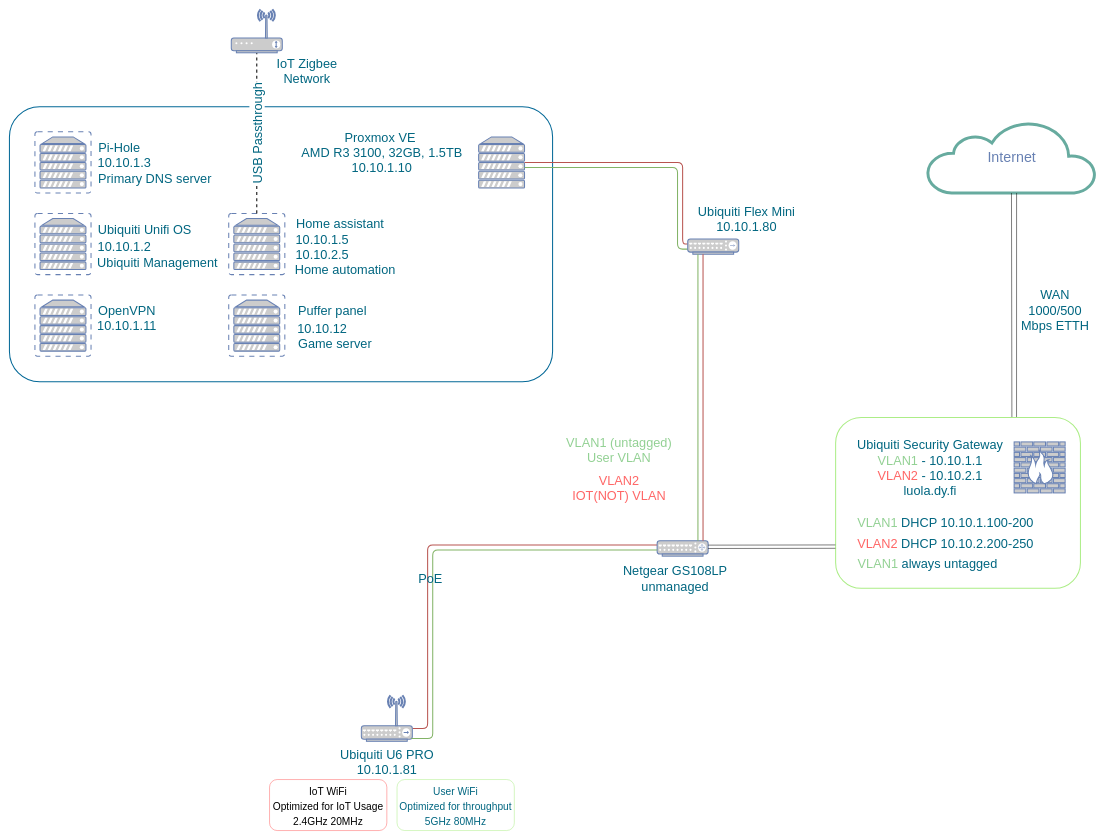
Earlier version of the draw.io diagram Drawio/network.drawio (Vili-B/HomeLab). Source tidied: cells renumbered, new cells numbered last; positions are measured from the earlier drawing's top-left corner, leaving out a move shared by most shapes. Both pictures are drawn from the tidied source at 51%, with x=0, y=0 at pixel (9, 9).
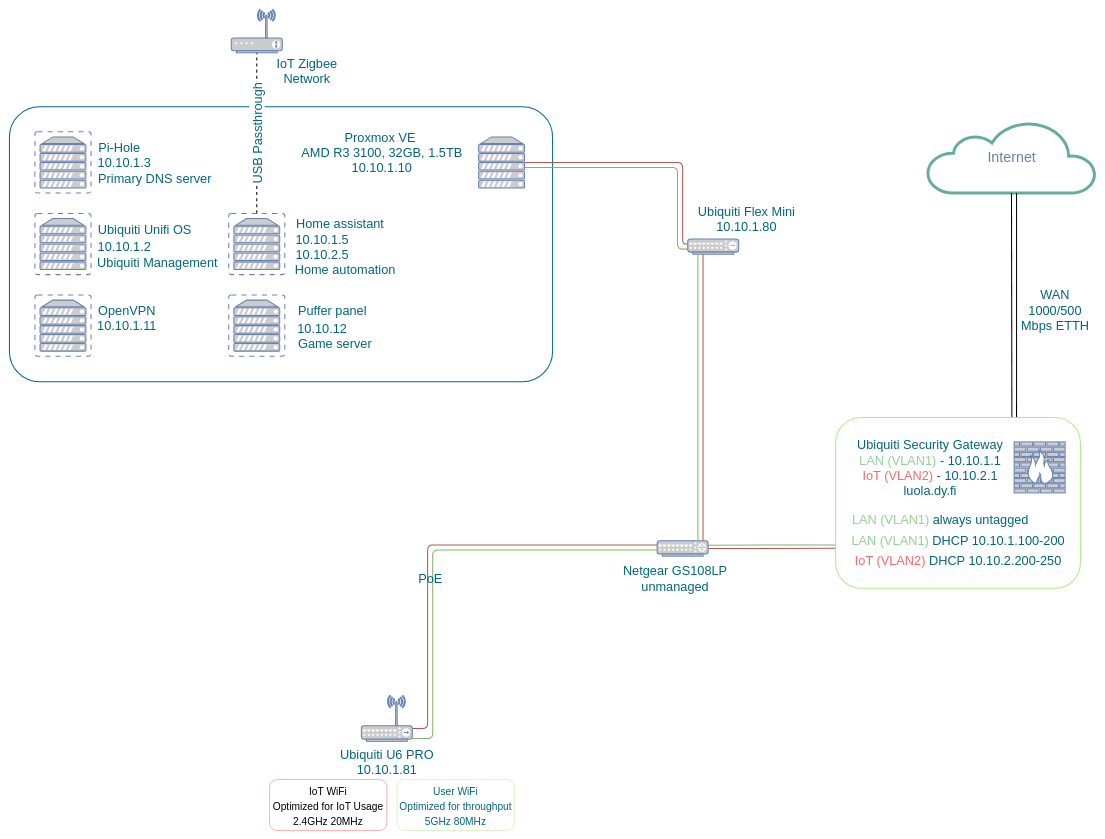
The same diagram, later.

Commit message (it also covers changes not shown here):
Updated network drawing

The change refers to these unchanged cells:
```xml
<mxCell id="4" style="fontColor=#0066CC;verticalAlign=top;verticalLabelPosition=bottom;labelPosition=center;align=center;html=1;fillColor=#CCCCCC;strokeColor=#6881B3;gradientColor=none;gradientDirection=north;strokeWidth=2;shape=mxgraph.networks.router;rounded=0;shadow=0;comic=0;" parent="1" vertex="1">
  <mxGeometry x="1270" y="1042" width="100" height="30" as="geometry" />
</mxCell>
<mxCell id="18" style="rounded=1;whiteSpace=wrap;html=1;strokeColor=#ACED87;fontSize=25;fontColor=#FF6666;strokeWidth=2;" parent="1" vertex="1">
  <mxGeometry x="1620" y="800" width="480" height="335" as="geometry" />
</mxCell>
<mxCell id="26" style="fontColor=#0066CC;verticalAlign=top;verticalLabelPosition=bottom;labelPosition=center;align=center;html=1;outlineConnect=0;fillColor=#CCCCCC;strokeColor=#6881B3;gradientColor=none;gradientDirection=north;strokeWidth=2;shape=mxgraph.networks.hub;fontSize=25;" parent="1" vertex="1">
  <mxGeometry x="1330" y="450" width="100" height="30" as="geometry" />
</mxCell>
```

Diff of the diagram source:
```diff
@@
-    <mxCell id="14" value="&lt;font color=&quot;#93d194&quot;&gt;VLAN1 (untagged)&lt;br&gt;User VLAN&lt;br&gt;&lt;/font&gt;" style="text;html=1;align=center;verticalAlign=middle;fontSize=25;" parent="1" vertex="1">
-      <mxGeometry x="1080" y="828" width="230" height="70" as="geometry" />
-    </mxCell>
-    <mxCell id="15" value="&lt;font color=&quot;#ff6666&quot;&gt;VLAN2&lt;br&gt;IOT(NOT) VLAN&lt;/font&gt;" style="text;html=1;align=center;verticalAlign=middle;strokeColor=none;fillColor=none;fontSize=25;fontColor=#93D194;" parent="1" vertex="1">
-      <mxGeometry x="1090" y="903" width="210" height="70" as="geometry" />
-    </mxCell>
-    <mxCell id="16" style="endArrow=none;html=1;rounded=0;fontSize=25;fontColor=#FF6666;exitX=0.72;exitY=0.003;exitDx=0;exitDy=0;exitPerimeter=0;" parent="1" edge="1" source="18">
+    <mxCell id="16" style="endArrow=none;html=1;rounded=0;fontSize=25;fontColor=#FF6666;exitX=0.72;exitY=0.003;exitDx=0;exitDy=0;exitPerimeter=0;strokeWidth=2;" parent="1" edge="1" source="18">
       <mxGeometry relative="1" as="geometry">
         <mxPoint x="1964.8" y="360" as="targetPoint" />
       </mxGeometry>
     </mxCell>
-    <mxCell id="17" style="endArrow=none;html=1;rounded=0;fontSize=25;fontColor=#FF6666;exitX=0.739;exitY=0.002;exitDx=0;exitDy=0;exitPerimeter=0;" parent="1" edge="1" source="18">
+    <mxCell id="17" style="endArrow=none;html=1;rounded=0;fontSize=25;fontColor=#FF6666;exitX=0.739;exitY=0.002;exitDx=0;exitDy=0;exitPerimeter=0;strokeWidth=2;" parent="1" edge="1" source="18">
       <mxGeometry relative="1" as="geometry">
         <mxPoint x="1974.8" y="360" as="targetPoint" />
       </mxGeometry>
     </mxCell>
@@
-    <mxCell id="20" value="&lt;font style=&quot;font-size: 25px;&quot;&gt;&lt;font color=&quot;#006680&quot;&gt;Ubiquiti Security Gateway&lt;/font&gt;&lt;br&gt;&lt;font color=&quot;#93d194&quot;&gt;VLAN1&lt;/font&gt;&lt;/font&gt;&lt;font color=&quot;#006680&quot; style=&quot;font-size: 25px;&quot;&gt; - 10.10.1.1&lt;br&gt;&lt;/font&gt;&lt;span style=&quot;color: rgb(255, 102, 102); font-size: 25px;&quot;&gt;VLAN2&lt;/span&gt;&lt;font color=&quot;#006680&quot; style=&quot;font-size: 25px;&quot;&gt;&amp;nbsp;- 10.10.2.1&lt;br&gt;luola.dy.fi&lt;br&gt;&lt;/font&gt;" style="text;html=1;align=center;verticalAlign=middle;strokeColor=none;fillColor=none;" parent="1" vertex="1">
+    <mxCell id="20" value="&lt;font style=&quot;font-size: 25px;&quot;&gt;&lt;font color=&quot;#006680&quot;&gt;Ubiquiti Security Gateway&lt;/font&gt;&lt;br&gt;&lt;font color=&quot;#93d194&quot;&gt;LAN (VLAN1)&lt;/font&gt;&lt;/font&gt;&lt;font color=&quot;#006680&quot; style=&quot;font-size: 25px;&quot;&gt; - 10.10.1.1&lt;br&gt;&lt;/font&gt;&lt;span style=&quot;color: rgb(255, 102, 102); font-size: 25px;&quot;&gt;IoT (VLAN2)&amp;nbsp;&lt;/span&gt;&lt;font color=&quot;#006680&quot; style=&quot;font-size: 25px;&quot;&gt;- 10.10.2.1&lt;br&gt;luola.dy.fi&lt;br&gt;&lt;/font&gt;" style="text;html=1;align=center;verticalAlign=middle;strokeColor=none;fillColor=none;" parent="1" vertex="1">
       <mxGeometry x="1650" y="833" width="310" height="130" as="geometry" />
     </mxCell>
-    <mxCell id="21" value="&lt;font color=&quot;#93d194&quot;&gt;VLAN1&lt;/font&gt;&lt;font color=&quot;#006680&quot;&gt; DHCP 10.10.1.100-200&lt;/font&gt;" style="text;html=1;align=center;verticalAlign=middle;strokeColor=none;fillColor=none;fontSize=25;fontColor=#FF6666;" parent="1" vertex="1">
-      <mxGeometry x="1650" y="986" width="370" height="40" as="geometry" />
+    <mxCell id="21" value="&lt;font color=&quot;#93d194&quot;&gt;LAN (VLAN1)&lt;/font&gt;&lt;font color=&quot;#006680&quot;&gt; DHCP 10.10.1.100-200&lt;/font&gt;" style="text;html=1;align=center;verticalAlign=middle;strokeColor=none;fillColor=none;fontSize=25;fontColor=#FF6666;" parent="1" vertex="1">
+      <mxGeometry x="1640" y="1020" width="440" height="40" as="geometry" />
     </mxCell>
-    <mxCell id="22" value="VLAN2&lt;font color=&quot;#006680&quot;&gt;&amp;nbsp;DHCP 10.10.2.200-250&lt;/font&gt;" style="text;html=1;align=center;verticalAlign=middle;strokeColor=none;fillColor=none;fontSize=25;fontColor=#FF6666;" parent="1" vertex="1">
-      <mxGeometry x="1650" y="1026" width="370" height="40" as="geometry" />
+    <mxCell id="22" value="IoT (VLAN2)&lt;font color=&quot;#006680&quot;&gt;&amp;nbsp;DHCP 10.10.2.200-250&lt;/font&gt;" style="text;html=1;align=center;verticalAlign=middle;strokeColor=none;fillColor=none;fontSize=25;fontColor=#FF6666;" parent="1" vertex="1">
+      <mxGeometry x="1645" y="1060" width="430" height="40" as="geometry" />
     </mxCell>
-    <mxCell id="23" style="endArrow=none;html=1;rounded=0;fontSize=25;fontColor=#FF6666;exitX=-0.001;exitY=0.766;exitDx=0;exitDy=0;exitPerimeter=0;entryX=1;entryY=0.5;entryDx=0;entryDy=0;entryPerimeter=0;" parent="1" edge="1" source="18" target="4">
+    <mxCell id="23" style="endArrow=none;html=1;rounded=0;fontSize=25;fontColor=#FF6666;exitX=-0.001;exitY=0.766;exitDx=0;exitDy=0;exitPerimeter=0;entryX=1;entryY=0.5;entryDx=0;entryDy=0;entryPerimeter=0;fillColor=#f8cecc;strokeColor=#B85450;strokeWidth=2;" parent="1" edge="1" source="18" target="4">
       <mxGeometry relative="1" as="geometry" />
     </mxCell>
-    <mxCell id="24" style="endArrow=none;html=1;rounded=0;fontSize=25;fontColor=#FF6666;exitX=-0.001;exitY=0.766;exitDx=0;exitDy=0;exitPerimeter=0;entryX=1;entryY=0.5;entryDx=0;entryDy=0;entryPerimeter=0;" parent="1" edge="1">
+    <mxCell id="24" style="endArrow=none;html=1;rounded=0;fontSize=25;fontColor=#FF6666;exitX=-0.001;exitY=0.766;exitDx=0;exitDy=0;exitPerimeter=0;entryX=1;entryY=0.5;entryDx=0;entryDy=0;entryPerimeter=0;fillColor=#d5e8d4;strokeColor=#82B366;strokeWidth=2;" parent="1" edge="1">
       <mxGeometry relative="1" as="geometry">
         <mxPoint x="1619.5" y="1050" as="sourcePoint" />
         <mxPoint x="1370" y="1050.4" as="targetPoint" />
       </mxGeometry>
     </mxCell>
@@
-    <mxCell id="27" style="edgeStyle=orthogonalEdgeStyle;html=1;labelBackgroundColor=none;endArrow=none;endFill=0;strokeWidth=2;fontFamily=Verdana;fontSize=15;fontColor=#036897;fillColor=#f8cecc;strokeColor=#b85450;entryX=0.5;entryY=-0.029;entryDx=0;entryDy=0;entryPerimeter=0;" parent="1" edge="1" source="26">
+    <mxCell id="27" style="edgeStyle=orthogonalEdgeStyle;html=1;labelBackgroundColor=none;endArrow=none;endFill=0;strokeWidth=2;fontFamily=Verdana;fontSize=15;fontColor=#036897;fillColor=#f8cecc;strokeColor=#B85450;entryX=0.5;entryY=-0.029;entryDx=0;entryDy=0;entryPerimeter=0;" parent="1" edge="1" source="26">
       <mxGeometry relative="1" as="geometry">
         <mxPoint x="1360" y="1041.9" as="targetPoint" />
         <Array as="points">
           <mxPoint x="1360" y="620" />
           <mxPoint x="1360" y="620" />
         </Array>
       </mxGeometry>
     </mxCell>
-    <mxCell id="28" style="edgeStyle=orthogonalEdgeStyle;html=1;labelBackgroundColor=none;endArrow=none;endFill=0;strokeWidth=2;fontFamily=Verdana;fontSize=15;fontColor=#036897;fillColor=#d5e8d4;strokeColor=#82b366;entryX=0.4;entryY=-0.026;entryDx=0;entryDy=0;entryPerimeter=0;" parent="1" edge="1" source="26">
+    <mxCell id="28" style="edgeStyle=orthogonalEdgeStyle;html=1;labelBackgroundColor=none;endArrow=none;endFill=0;strokeWidth=2;fontFamily=Verdana;fontSize=15;fontColor=#036897;fillColor=#d5e8d4;strokeColor=#82B366;entryX=0.4;entryY=-0.026;entryDx=0;entryDy=0;entryPerimeter=0;" parent="1" edge="1" source="26">
       <mxGeometry relative="1" as="geometry">
         <mxPoint x="1350" y="1042" as="targetPoint" />
         <Array as="points">
           <mxPoint x="1350" y="620" />
           <mxPoint x="1350" y="620" />
         </Array>
       </mxGeometry>
     </mxCell>
@@
-    <mxCell id="56" value="&lt;span style=&quot;color: rgb(147, 209, 148);&quot;&gt;VLAN1 &lt;/span&gt;always untagged" style="text;html=1;align=center;verticalAlign=middle;strokeColor=none;fillColor=none;fontSize=25;fontColor=#006680;" parent="1" vertex="1">
-      <mxGeometry x="1650" y="1066" width="300" height="40" as="geometry" />
+    <mxCell id="56" value="&lt;span style=&quot;color: rgb(147, 209, 148);&quot;&gt;LAN (VLAN1)&amp;nbsp;&lt;/span&gt;always untagged" style="text;html=1;align=center;verticalAlign=middle;strokeColor=none;fillColor=none;fontSize=25;fontColor=#006680;" parent="1" vertex="1">
+      <mxGeometry x="1640" y="980" width="370" height="40" as="geometry" />
     </mxCell>
```
